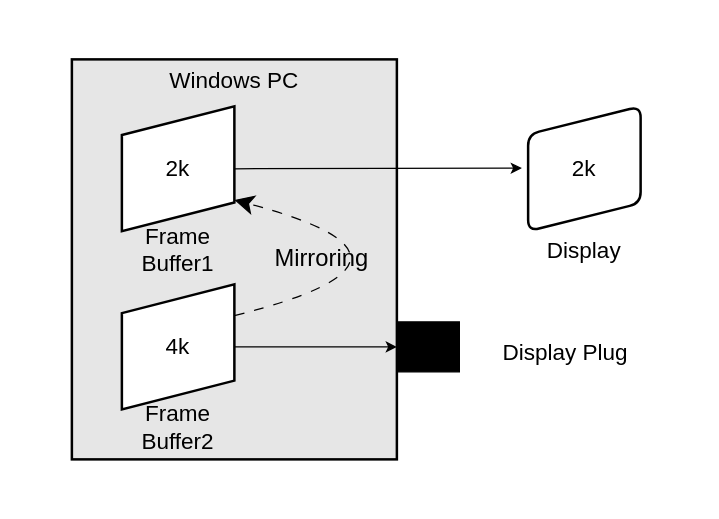
The draw.io diagram sample/image_src/displayplug_mirror.drawio in suikan4github/ALE, before the edit. Source tidied: cells renumbered, new cells numbered last; positions are measured from the earlier drawing's top-left corner, leaving out a move shared by most shapes. Both pictures are drawn from the tidied source at 125%, with x=0, y=0 at pixel (71, 59).
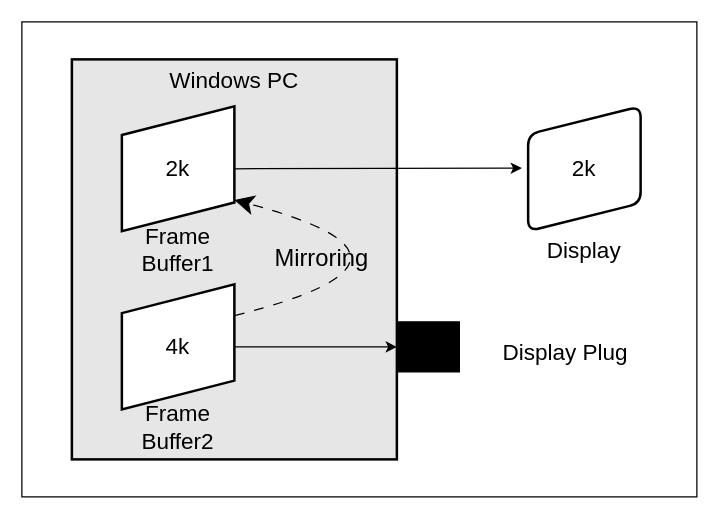
After the change.

The edit, as a diff of the source:
```diff
@@
 <mxGraphModel>
   <root>
     <mxCell id="0" />
     <mxCell id="1" parent="0" />
+    <mxCell id="15" style="rounded=0;whiteSpace=wrap;html=1;" parent="1" vertex="1">
+      <mxGeometry x="-40" y="-30" width="540" height="380" as="geometry" />
+    </mxCell>
     <mxCell id="2" value="Windows PC" style="rounded=0;whiteSpace=wrap;html=1;strokeWidth=2;fontSize=18;fillColor=#E6E6E6;verticalAlign=top;" parent="1" vertex="1">
       <mxGeometry width="260" height="320" as="geometry" />
     </mxCell>
     <mxCell id="3" value="2k" style="shape=parallelogram;html=1;strokeWidth=2;perimeter=parallelogramPerimeter;whiteSpace=wrap;rounded=1;arcSize=0;size=0.23;flipH=1;rotation=0;direction=north;fontSize=18;" parent="1" vertex="1">
       <mxGeometry x="40" y="37.5" width="90" height="100" as="geometry" />
     </mxCell>
     <mxCell id="4" value="2k" style="shape=parallelogram;html=1;strokeWidth=2;perimeter=parallelogramPerimeter;whiteSpace=wrap;rounded=1;arcSize=18;size=0.22499999999999998;flipH=1;rotation=0;direction=south;fontSize=18;" parent="1" vertex="1">
       <mxGeometry x="365" y="37.5" width="90" height="100" as="geometry" />
     </mxCell>
     <mxCell id="5" style="endArrow=classic;html=1;exitX=0.5;exitY=1;exitDx=0;exitDy=0;entryX=0;entryY=0.5;entryDx=0;entryDy=0;" parent="1" edge="1" source="3">
       <mxGeometry relative="1" as="geometry">
         <mxPoint x="360" y="87" as="targetPoint" />
       </mxGeometry>
     </mxCell>
     <mxCell id="6" value="Display" style="text;html=1;strokeColor=none;fillColor=none;align=center;verticalAlign=middle;whiteSpace=wrap;rounded=0;strokeWidth=2;fontSize=18;" parent="1" vertex="1">
       <mxGeometry x="380" y="137.5" width="60" height="30" as="geometry" />
     </mxCell>
     <mxCell id="7" value="Frame Buffer1" style="text;html=1;strokeColor=none;fillColor=none;align=center;verticalAlign=middle;whiteSpace=wrap;rounded=0;strokeWidth=2;fontSize=18;" parent="1" vertex="1">
       <mxGeometry x="55" y="137.5" width="60" height="30" as="geometry" />
     </mxCell>
     <mxCell id="8" value="4k" style="shape=parallelogram;html=1;strokeWidth=2;perimeter=parallelogramPerimeter;whiteSpace=wrap;rounded=1;arcSize=0;size=0.23;flipH=1;rotation=0;direction=north;fontSize=18;" parent="1" vertex="1">
       <mxGeometry x="40" y="180" width="90" height="100" as="geometry" />
     </mxCell>
     <mxCell id="9" style="endArrow=classic;html=1;exitX=0.5;exitY=1;exitDx=0;exitDy=0;" parent="1" edge="1" source="8">
       <mxGeometry relative="1" as="geometry">
         <mxPoint x="260" y="230" as="targetPoint" />
       </mxGeometry>
     </mxCell>
     <mxCell id="10" value="Display Plug" style="text;html=1;strokeColor=none;fillColor=none;align=center;verticalAlign=middle;whiteSpace=wrap;rounded=0;strokeWidth=2;fontSize=18;" parent="1" vertex="1">
       <mxGeometry x="340" y="220" width="110" height="30" as="geometry" />
     </mxCell>
     <mxCell id="11" value="Frame Buffer2" style="text;html=1;strokeColor=none;fillColor=none;align=center;verticalAlign=middle;whiteSpace=wrap;rounded=0;strokeWidth=2;fontSize=18;" parent="1" vertex="1">
       <mxGeometry x="55" y="280" width="60" height="30" as="geometry" />
     </mxCell>
     <mxCell id="12" style="rounded=0;whiteSpace=wrap;html=1;fillColor=#000000;" parent="1" vertex="1">
       <mxGeometry x="260" y="210" width="50" height="40" as="geometry" />
     </mxCell>
     <mxCell id="13" style="curved=1;endArrow=classic;html=1;entryX=0.25;entryY=1;entryDx=0;entryDy=0;exitX=0.75;exitY=1;exitDx=0;exitDy=0;dashed=1;dashPattern=8 8;startSize=6;endSize=13;" parent="1" edge="1" source="8" target="3">
       <mxGeometry relative="1" as="geometry">
         <Array as="points">
           <mxPoint x="310" y="160" />
         </Array>
       </mxGeometry>
     </mxCell>
     <mxCell id="14" value="Mirroring" style="text;html=1;strokeColor=none;fillColor=none;align=center;verticalAlign=middle;whiteSpace=wrap;rounded=0;fontSize=19;" parent="1" vertex="1">
       <mxGeometry x="150" y="145" width="100" height="30" as="geometry" />
     </mxCell>
   </root>
 </mxGraphModel>
```
